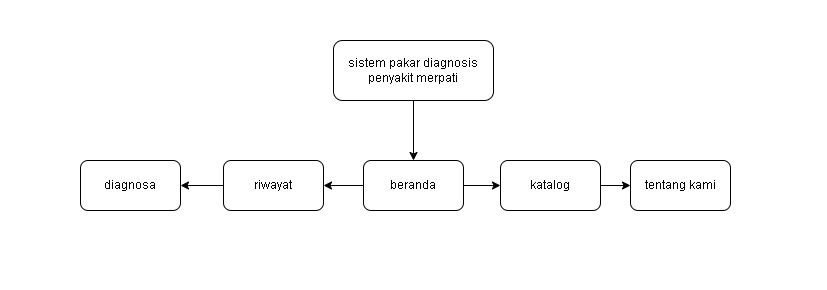
The draw.io diagram diagram/strutur/users.png in Jinsky/Jinsky, before a commit. Source tidied: cells renumbered, new cells last; positions are measured from the earlier drawing's top-left corner, leaving out a move shared by most shapes.
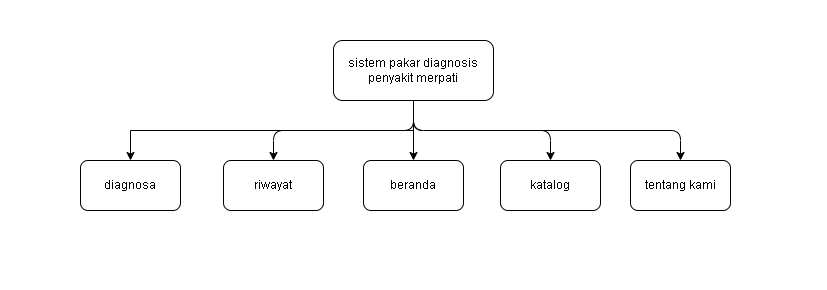
Above is the later version.

Change to the diagram source:
```diff
@@ -5,38 +5,38 @@
     <mxCell id="2" style="rounded=0;whiteSpace=wrap;html=1;fillColor=#ffffff;strokeColor=none;" parent="1" vertex="1">
       <mxGeometry width="827" height="290" as="geometry" />
     </mxCell>
+    <mxCell id="9" style="edgeStyle=orthogonalEdgeStyle;html=1;entryX=0.5;entryY=0;entryDx=0;entryDy=0;exitX=0.5;exitY=1;exitDx=0;exitDy=0;" parent="1" edge="1" source="3" target="7">
+      <mxGeometry relative="1" as="geometry" />
+    </mxCell>
+    <mxCell id="14" style="edgeStyle=orthogonalEdgeStyle;html=1;entryX=0.5;entryY=0;entryDx=0;entryDy=0;exitX=0.5;exitY=1;exitDx=0;exitDy=0;" parent="1" edge="1" source="3" target="8">
+      <mxGeometry relative="1" as="geometry" />
+    </mxCell>
+    <mxCell id="15" style="edgeStyle=orthogonalEdgeStyle;html=1;entryX=0.5;entryY=0;entryDx=0;entryDy=0;exitX=0.5;exitY=1;exitDx=0;exitDy=0;" parent="1" edge="1" source="3" target="10">
+      <mxGeometry relative="1" as="geometry" />
+    </mxCell>
+    <mxCell id="16" style="edgeStyle=none;html=1;" parent="1" edge="1" source="3" target="5">
+      <mxGeometry relative="1" as="geometry" />
+    </mxCell>
     <mxCell id="3" value="sistem pakar diagnosis&lt;br&gt;penyakit merpati" style="rounded=1;whiteSpace=wrap;html=1;fillColor=#ffffff;strokeColor=#000000;fontSize=12;" parent="1" vertex="1">
       <mxGeometry x="333" y="40" width="160" height="60" as="geometry" />
     </mxCell>
-    <mxCell id="4" style="edgeStyle=none;html=1;" parent="1" edge="1" source="5" target="10">
-      <mxGeometry relative="1" as="geometry" />
-    </mxCell>
     <mxCell id="5" value="beranda" style="rounded=1;whiteSpace=wrap;html=1;fillColor=#ffffff;strokeColor=#000000;fontSize=12;" parent="1" vertex="1">
       <mxGeometry x="363" y="160" width="100" height="50" as="geometry" />
     </mxCell>
-    <mxCell id="6" style="edgeStyle=none;html=1;" parent="1" edge="1" source="7" target="11">
-      <mxGeometry relative="1" as="geometry" />
-    </mxCell>
     <mxCell id="7" value="riwayat" style="rounded=1;whiteSpace=wrap;html=1;fillColor=#ffffff;strokeColor=#000000;fontSize=12;" parent="1" vertex="1">
       <mxGeometry x="223" y="160" width="100" height="50" as="geometry" />
     </mxCell>
     <mxCell id="8" value="tentang kami" style="rounded=1;whiteSpace=wrap;html=1;fillColor=#ffffff;strokeColor=#000000;fontSize=12;" parent="1" vertex="1">
       <mxGeometry x="630" y="160" width="100" height="50" as="geometry" />
     </mxCell>
-    <mxCell id="9" style="edgeStyle=none;html=1;" parent="1" edge="1" source="10" target="8">
-      <mxGeometry relative="1" as="geometry" />
-    </mxCell>
     <mxCell id="10" value="katalog" style="rounded=1;whiteSpace=wrap;html=1;fillColor=#ffffff;strokeColor=#000000;fontSize=12;" parent="1" vertex="1">
       <mxGeometry x="500" y="160" width="100" height="50" as="geometry" />
     </mxCell>
     <mxCell id="11" value="diagnosa" style="rounded=1;whiteSpace=wrap;html=1;fillColor=#ffffff;strokeColor=#000000;fontSize=12;" parent="1" vertex="1">
       <mxGeometry x="80" y="160" width="100" height="50" as="geometry" />
     </mxCell>
-    <mxCell id="12" style="edgeStyle=orthogonalEdgeStyle;rounded=0;jettySize=auto;html=1;strokeWidth=1;endArrow=classic;endFill=1;exitX=0.5;exitY=1;exitDx=0;exitDy=0;entryX=0.5;entryY=0;entryDx=0;entryDy=0;" parent="1" edge="1" source="3" target="5">
+    <mxCell id="12" style="edgeStyle=orthogonalEdgeStyle;rounded=0;jettySize=auto;html=1;strokeWidth=1;endArrow=classic;endFill=1;exitX=0.5;exitY=1;exitDx=0;exitDy=0;entryX=0.5;entryY=0;entryDx=0;entryDy=0;" parent="1" edge="1" source="3" target="11">
       <mxGeometry relative="1" as="geometry" />
     </mxCell>
-    <mxCell id="13" style="edgeStyle=orthogonalEdgeStyle;rounded=0;jettySize=auto;html=1;strokeWidth=1;endArrow=classic;endFill=1;exitX=0;exitY=0.5;exitDx=0;exitDy=0;entryX=1;entryY=0.5;entryDx=0;entryDy=0;" parent="1" edge="1" source="5" target="7">
-      <mxGeometry relative="1" as="geometry" />
-    </mxCell>
   </root>
 </mxGraphModel>
```
